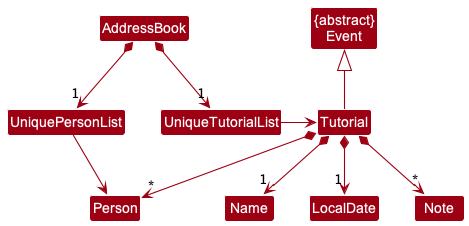
Before: docs/images/BetterTutorialClassDiagram.png, a diagram exported from PlantUML (nus-cs2103-AY2223S2/tp). Source of this version:
```plantuml
@startuml
!include style.puml
skinparam arrowThickness 1.1
skinparam arrowColor MODEL_COLOR
skinparam classBackgroundColor MODEL_COLOR

Class "{abstract}\nEvent" as Event

AddressBook *-> "1" UniquePersonList
AddressBook *--> "1" UniqueTutorialList

UniquePersonList -right-> Person
UniqueTutorialList -right-> Tutorial

Tutorial -up-|> Event

Tutorial *--> "1" Name
Tutorial *--> "1" LocalDate
Tutorial *--> "*" Note
Tutorial *--> "*" Person

@enduml
```
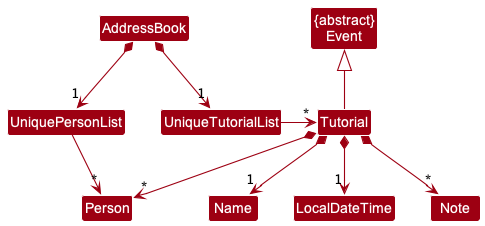
The same diagram one commit later.

The edit, as a diff of the source:
```diff
@@ -9,13 +9,13 @@
 AddressBook *-> "1" UniquePersonList
 AddressBook *--> "1" UniqueTutorialList
 
-UniquePersonList -right-> Person
-UniqueTutorialList -right-> Tutorial
+UniquePersonList -right-> "*" Person
+UniqueTutorialList -right-> "*" Tutorial
 
 Tutorial -up-|> Event
 
 Tutorial *--> "1" Name
-Tutorial *--> "1" LocalDate
+Tutorial *--> "1" LocalDateTime
 Tutorial *--> "*" Note
 Tutorial *--> "*" Person
 
```
